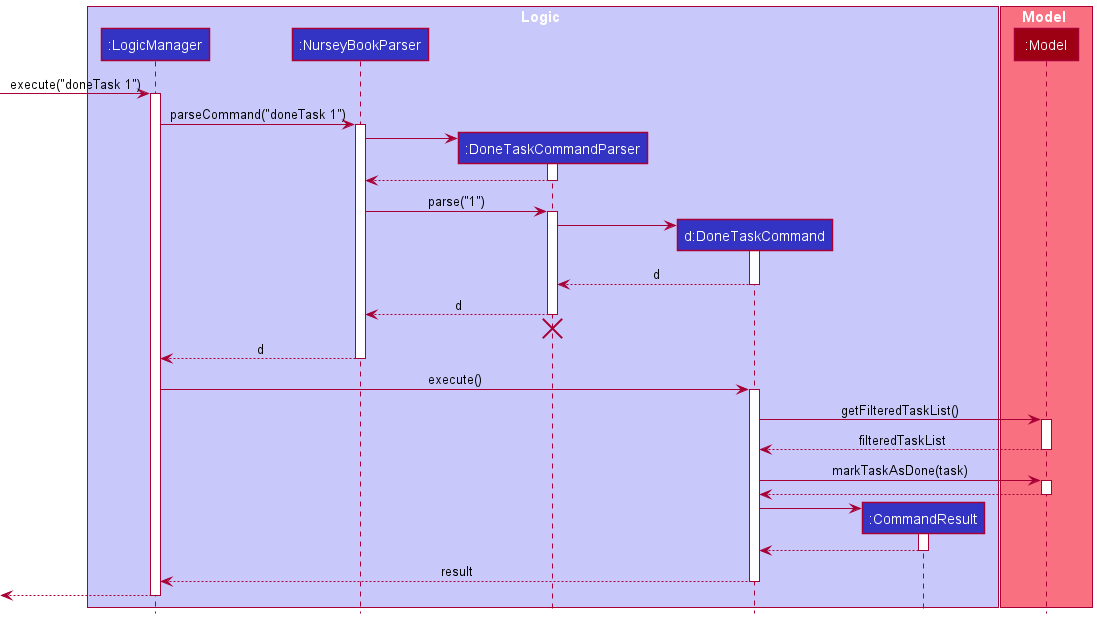
Above: docs/images/DoneTaskSequenceDiagram.png in tsy24/tp (PlantUML), before the change.
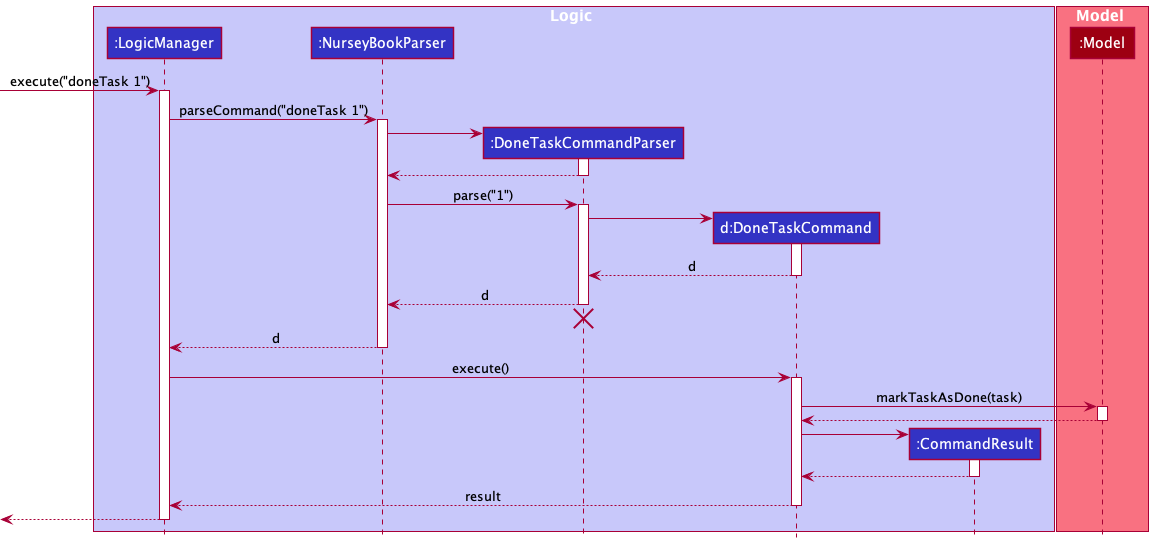
Later version of the same file.

What changed in the source:
```diff
@@ -47,12 +47,6 @@
 LogicManager -> DoneTaskCommand : execute()
 activate DoneTaskCommand
 
-DoneTaskCommand -> Model : getFilteredTaskList()
-activate Model
-
-Model --> DoneTaskCommand : filteredTaskList
-deactivate Model
-
 DoneTaskCommand -> Model : markTaskAsDone(task)
 activate Model
 
```
